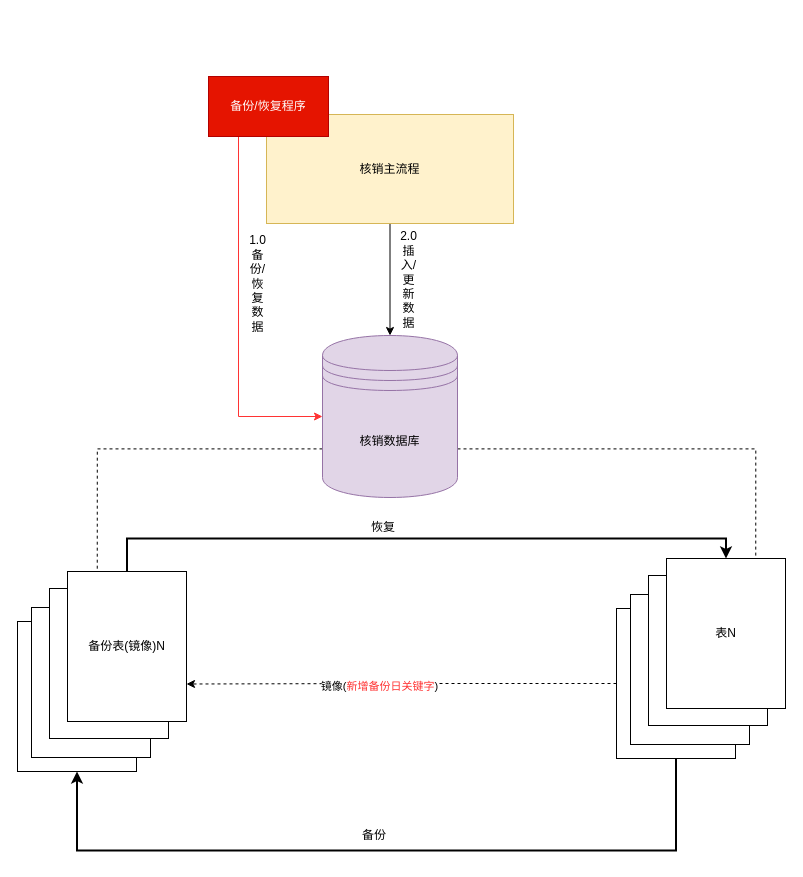
Above: page "核销版本化" (11 of 13) of docs/自营业务梳理.drawio in lokiworks/codebase (draw.io), before the change. Source tidied: cells renumbered, new cells numbered last; positions are measured from the earlier drawing's top-left corner, leaving out a move shared by most shapes. Both pictures are drawn from the tidied source at 100%, with x=0, y=0 at pixel (17, 76).
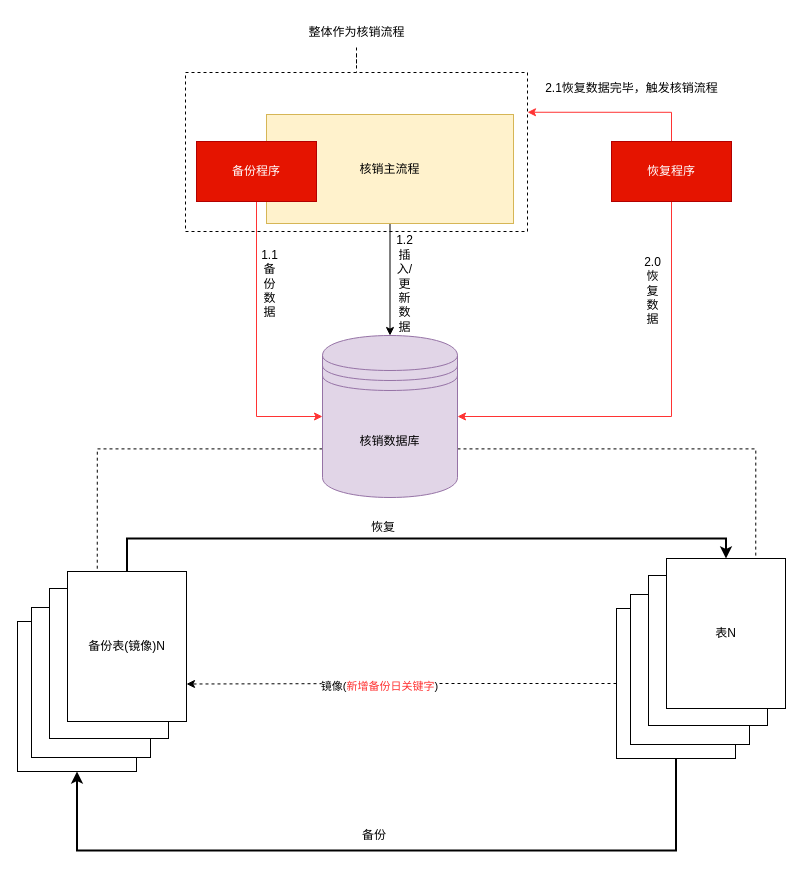
After the change.

Commit message:
Update 自营业务梳理.drawio

Unchanged cells that the change refers to:
```xml
<mxCell id="6" value="核销数据库" style="shape=datastore;whiteSpace=wrap;html=1;fillColor=#e1d5e7;strokeColor=#9673a6;" parent="1" vertex="1">
  <mxGeometry x="305" y="259" width="135" height="162" as="geometry" />
</mxCell>
```

The edit, as a diff of the source:
```diff
@@
+    <mxCell id="27" style="rounded=0;whiteSpace=wrap;html=1;dashed=1;" parent="1" vertex="1">
+      <mxGeometry x="168" y="-4" width="342" height="159" as="geometry" />
+    </mxCell>
@@
-    <mxCell id="7" value="&lt;br&gt;2.0插入/更新数据" style="text;html=1;strokeColor=none;fillColor=none;align=center;verticalAlign=middle;whiteSpace=wrap;rounded=0;" parent="1" vertex="1">
-      <mxGeometry x="383" y="159" width="17" height="73" as="geometry" />
+    <mxCell id="7" value="&lt;br&gt;1.2插入/更新数据" style="text;html=1;strokeColor=none;fillColor=none;align=center;verticalAlign=middle;whiteSpace=wrap;rounded=0;" parent="1" vertex="1">
+      <mxGeometry x="379" y="163" width="17" height="73" as="geometry" />
     </mxCell>
@@
-    <mxCell id="18" style="edgeStyle=orthogonalEdgeStyle;rounded=0;jettySize=auto;html=1;exitX=0.25;exitY=1;exitDx=0;exitDy=0;entryX=0;entryY=0.5;entryDx=0;entryDy=0;startArrow=none;startFill=0;endArrow=classic;endFill=1;strokeColor=#FF3333;" parent="1" edge="1" source="19" target="6">
+    <mxCell id="18" style="edgeStyle=orthogonalEdgeStyle;rounded=0;jettySize=auto;html=1;exitX=0.5;exitY=1;exitDx=0;exitDy=0;entryX=0;entryY=0.5;entryDx=0;entryDy=0;startArrow=none;startFill=0;endArrow=classic;endFill=1;strokeColor=#FF3333;" parent="1" edge="1" source="19" target="6">
       <mxGeometry relative="1" as="geometry" />
     </mxCell>
-    <mxCell id="19" value="备份/恢复程序" style="rounded=0;whiteSpace=wrap;html=1;fillColor=#e51400;strokeColor=#B20000;fontColor=#ffffff;" parent="1" vertex="1">
-      <mxGeometry x="191" width="120" height="60" as="geometry" />
+    <mxCell id="19" value="备份程序" style="rounded=0;whiteSpace=wrap;html=1;fillColor=#e51400;strokeColor=#B20000;fontColor=#ffffff;" parent="1" vertex="1">
+      <mxGeometry x="179" y="65" width="120" height="60" as="geometry" />
     </mxCell>
-    <mxCell id="20" value="&lt;br&gt;1.0备份/恢复数据" style="text;html=1;strokeColor=none;fillColor=none;align=center;verticalAlign=middle;whiteSpace=wrap;rounded=0;" parent="1" vertex="1">
-      <mxGeometry x="232" y="163" width="17" height="73" as="geometry" />
+    <mxCell id="20" value="&lt;br&gt;1.1备份数据" style="text;html=1;strokeColor=none;fillColor=none;align=center;verticalAlign=middle;whiteSpace=wrap;rounded=0;" parent="1" vertex="1">
+      <mxGeometry x="244" y="163" width="17" height="73" as="geometry" />
     </mxCell>
@@
+    <mxCell id="28" style="edgeStyle=orthogonalEdgeStyle;rounded=0;jettySize=auto;html=1;entryX=0.5;entryY=0;entryDx=0;entryDy=0;endArrow=none;endFill=0;dashed=1;" parent="1" edge="1" source="29" target="27">
+      <mxGeometry relative="1" as="geometry" />
+    </mxCell>
+    <mxCell id="29" value="整体作为核销流程" style="text;html=1;strokeColor=none;fillColor=none;align=center;verticalAlign=middle;whiteSpace=wrap;rounded=0;dashed=1;" parent="1" vertex="1">
+      <mxGeometry x="271.5" y="-59" width="135" height="30" as="geometry" />
+    </mxCell>
+    <mxCell id="30" style="edgeStyle=orthogonalEdgeStyle;rounded=0;jettySize=auto;html=1;exitX=0.5;exitY=1;exitDx=0;exitDy=0;entryX=1;entryY=0.5;entryDx=0;entryDy=0;endArrow=classic;endFill=1;strokeColor=#FF3333;" parent="1" edge="1" source="32" target="6">
+      <mxGeometry relative="1" as="geometry" />
+    </mxCell>
+    <mxCell id="31" style="edgeStyle=orthogonalEdgeStyle;rounded=0;jettySize=auto;html=1;exitX=0.5;exitY=0;exitDx=0;exitDy=0;entryX=1;entryY=0.25;entryDx=0;entryDy=0;endArrow=classic;endFill=1;strokeColor=#FF3333;" parent="1" edge="1" source="32" target="27">
+      <mxGeometry relative="1" as="geometry" />
+    </mxCell>
+    <mxCell id="32" value="恢复程序" style="rounded=0;whiteSpace=wrap;html=1;fillColor=#e51400;strokeColor=#B20000;fontColor=#ffffff;" parent="1" vertex="1">
+      <mxGeometry x="594" y="65" width="120" height="60" as="geometry" />
+    </mxCell>
+    <mxCell id="33" value="&lt;br&gt;2.0恢复数据" style="text;html=1;strokeColor=none;fillColor=none;align=center;verticalAlign=middle;whiteSpace=wrap;rounded=0;" parent="1" vertex="1">
+      <mxGeometry x="627" y="170" width="17" height="73" as="geometry" />
+    </mxCell>
+    <mxCell id="34" value="&lt;br&gt;2.1恢复数据完毕，触发核销流程" style="text;html=1;strokeColor=none;fillColor=none;align=center;verticalAlign=middle;whiteSpace=wrap;rounded=0;" parent="1" vertex="1">
+      <mxGeometry x="522" y="-19" width="185" height="46" as="geometry" />
+    </mxCell>
```
